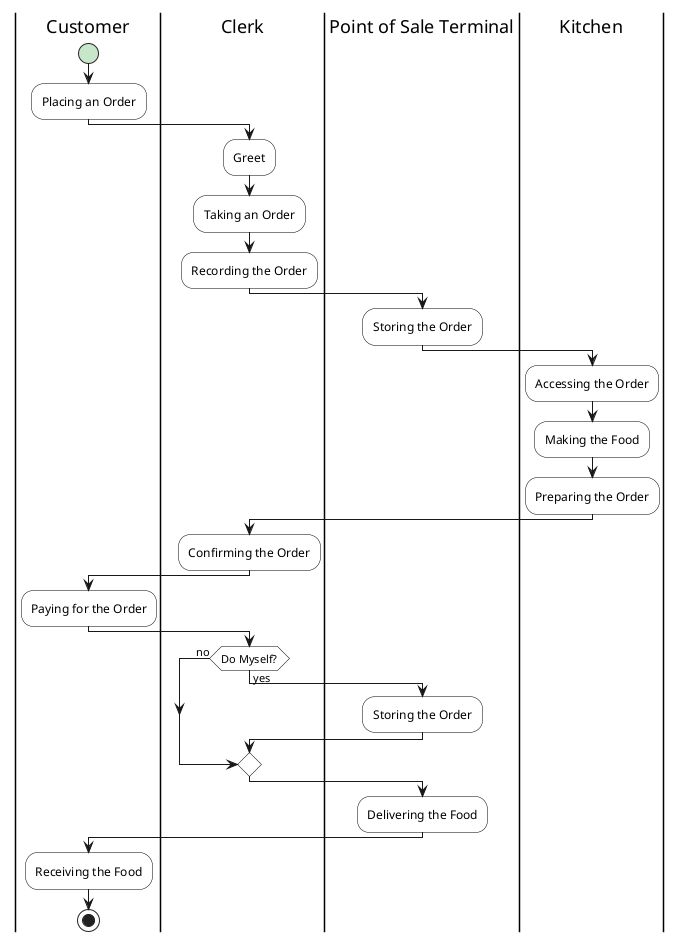
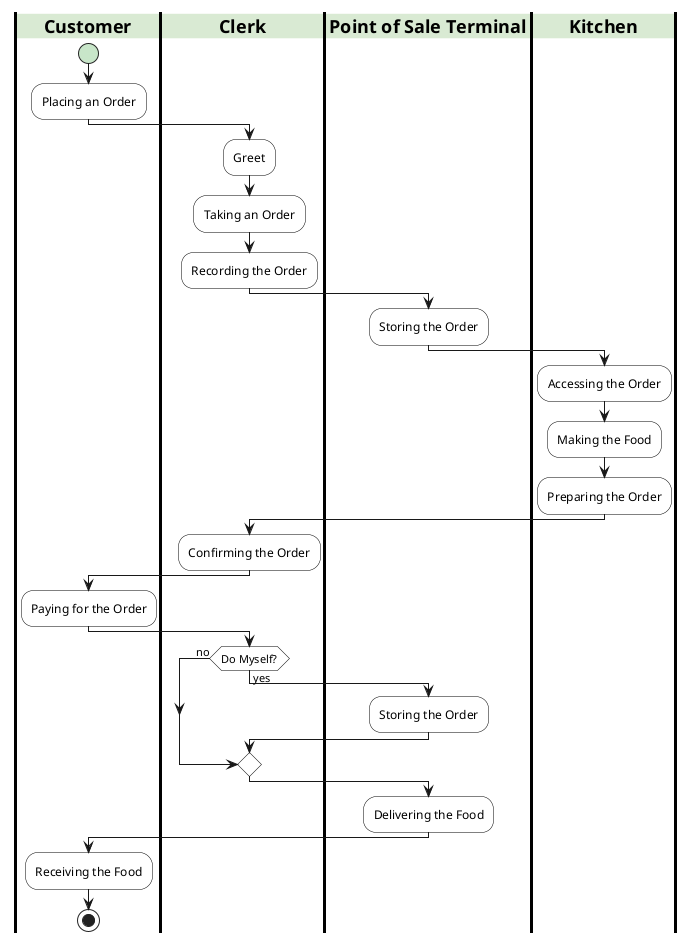
@startuml
- skinparam partition {
-   BackgroundColor #D9EAD3
-   BorderColor #000000
-   FontStyle bold
-   BorderThickness 2
- }
- skinparam activity {
-   BackgroundColor #FFFFFF
-   BorderColor #000000
-   StartColor #C8E6C9
-   EndColor #B2DFDB
- }
+ 
+ skinparam SwimlaneBorderColor #000000
+ 
+ skinparam SwimlaneBorderThickness 3
+ 
+ skinparam SwimlaneTitleBackgroundColor #D9EAD3
+ 
+ skinparam SwimlaneTitleFontStyle bold
+ 
+ skinparam ActivityBackgroundColor #FFFFFF
+ 
+ skinparam ActivityBorderColor #000000
+ 
+ skinparam ActivityStartColor #C8E6C9
+ 
+ skinparam ActivityEndColor #B2DFDB
+ 
+ 

|Customer|
+ 
start
+ 
:Placing an Order;
+ 
|Clerk|
+ 
:Greet;
+ 
:Taking an Order;
+ 
:Recording the Order;
+ 
|Point of Sale Terminal|
+ 
:Storing the Order;
+ 
|Kitchen|
+ 
:Accessing the Order;
+ 
:Making the Food;
+ 
:Preparing the Order;
+ 
|Clerk|
+ 
:Confirming the Order;
+ 
|Customer|
+ 
:Paying for the Order;
+ 
|Clerk|
+ 
if (Do Myself?) then (yes)
+ 
  |Point of Sale Terminal|
+ 
  :Storing the Order;
+ 
else (no)
+ 
endif
+ 
:Delivering the Food;
+ 
|Customer|
+ 
:Receiving the Food;
+ 
stop
+ 
@enduml
+ 
